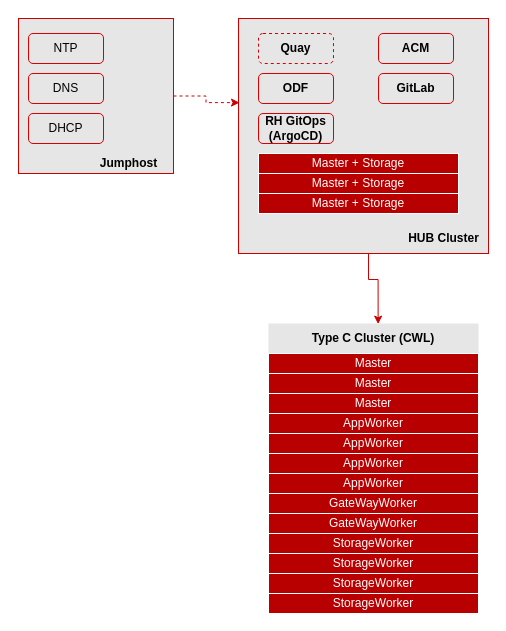
Earlier version of the draw.io diagram Untitled hub-cluster-hp.drawio (ansvu/ava-project). Source tidied: cells renumbered, new cells numbered last; positions are measured from the earlier drawing's top-left corner, leaving out a move shared by most shapes. Both pictures are drawn from the tidied source at 100%, with x=0, y=0 at pixel (18, 18).
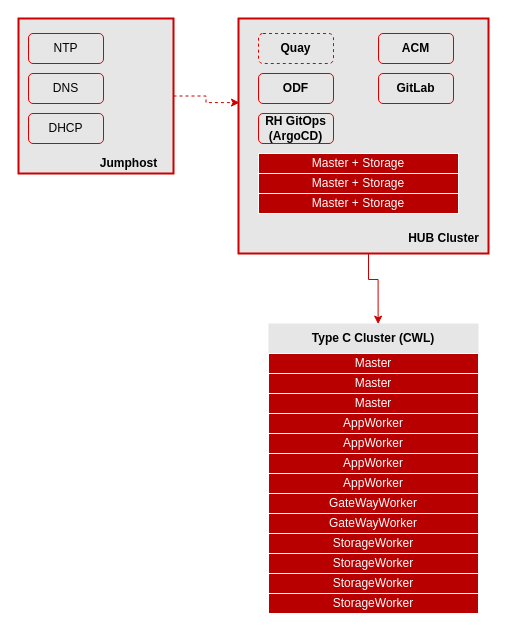
The same diagram, later.

The edit, as a diff of the source:
```diff
@@
-    <mxCell id="3" style="whiteSpace=wrap;html=1;fillColor=#E6E6E6;strokeColor=#CC0000;" parent="1" vertex="1">
+    <mxCell id="3" style="whiteSpace=wrap;html=1;fillColor=#E6E6E6;strokeColor=#CC0000;strokeWidth=2;" parent="1" vertex="1">
       <mxGeometry width="155" height="155" as="geometry" />
     </mxCell>
@@
-    <mxCell id="8" style="rounded=0;whiteSpace=wrap;html=1;fillColor=#E6E6E6;strokeColor=#CC0000;" parent="1" vertex="1">
+    <mxCell id="8" style="rounded=0;whiteSpace=wrap;html=1;fillColor=#E6E6E6;strokeColor=#CC0000;strokeWidth=2;" parent="1" vertex="1">
       <mxGeometry x="220" width="250" height="235" as="geometry" />
     </mxCell>
```
